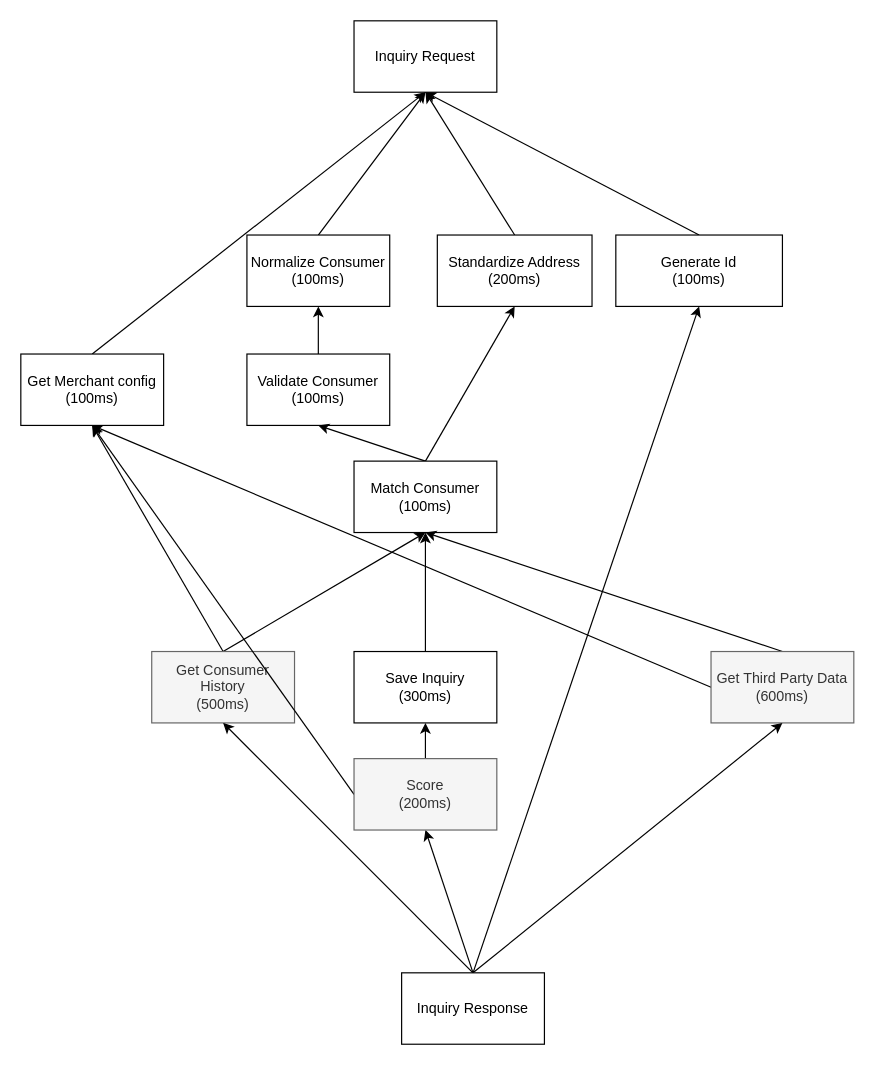
This is SimpleInquiry.drawio from dmmarchenko-clgx/koordination, a draw.io file, before an edit. Source tidied: cells renumbered, new cells numbered last; positions are measured from the earlier drawing's top-left corner, leaving out a move shared by most shapes. Both pictures are drawn from the tidied source at 119%, with x=0, y=0 at pixel (20, 20).
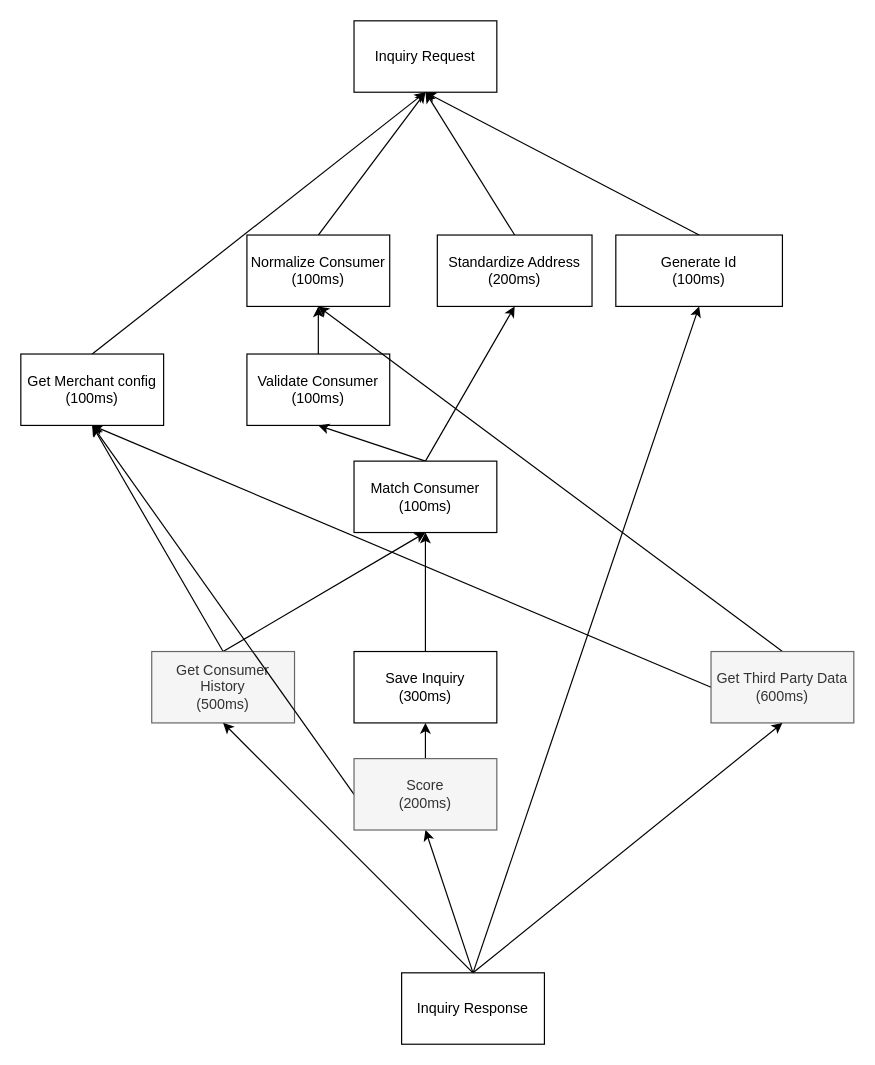
The same diagram, later.

Commit message (it also covers changes not shown here):
Sequential inquiry

Unchanged cells that the change refers to:
```xml
<mxCell id="13" value="Match Consumer&lt;br&gt;(100ms)" style="rounded=0;whiteSpace=wrap;html=1;" parent="1" vertex="1">
  <mxGeometry x="280" y="370" width="120" height="60" as="geometry" />
</mxCell>
<mxCell id="21" value="Get Third Party Data&lt;br&gt;(600ms)" style="rounded=0;whiteSpace=wrap;html=1;fillColor=#f5f5f5;fontColor=#333333;strokeColor=#666666;" parent="1" vertex="1">
  <mxGeometry x="580" y="530" width="120" height="60" as="geometry" />
</mxCell>
```

What changed in the source:
```diff
@@
-    <mxCell id="19" style="edgeStyle=none;rounded=0;jettySize=auto;html=1;exitX=0.5;exitY=0;exitDx=0;exitDy=0;entryX=0.5;entryY=1;entryDx=0;entryDy=0;" parent="1" edge="1" source="21" target="13">
-      <mxGeometry relative="1" as="geometry" />
+    <mxCell id="19" style="edgeStyle=none;rounded=0;jettySize=auto;html=1;exitX=0.5;exitY=0;exitDx=0;exitDy=0;" parent="1" edge="1" source="21">
+      <mxGeometry relative="1" as="geometry">
+        <mxPoint x="250" y="240" as="targetPoint" />
+      </mxGeometry>
     </mxCell>
```
